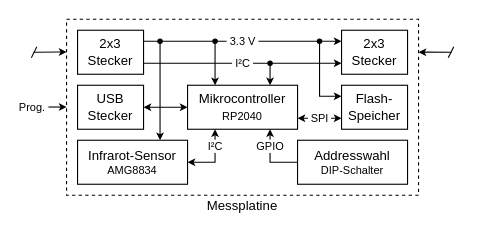
The draw.io diagram page "arch_messplatine" (3 of 3) of doc/img/doc.drawio in tstrahler/pwt-temp, before the edit. Source tidied: cells renumbered, new cells numbered last; positions are measured from the earlier drawing's top-left corner, leaving out a move shared by most shapes. Both pictures are drawn from the tidied source at 110%, with x=0, y=0 at pixel (31, 19).
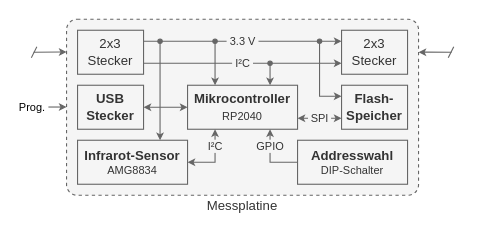
The same diagram, later.

Change to the diagram source:
```diff
@@
-    <mxCell id="2" style="rounded=0;whiteSpace=wrap;html=1;fontColor=#808080;strokeColor=#000000;fillColor=default;dashed=1;" parent="1" vertex="1">
-      <mxGeometry x="32" width="320" height="160" as="geometry" />
-    </mxCell>
+    <mxCell id="26" style="rounded=1;whiteSpace=wrap;html=1;fontFamily=Iosevka;fontColor=#333333;fillColor=#f5f5f5;strokeColor=#666666;dashed=1;arcSize=6;" parent="1" vertex="1">
+      <mxGeometry x="32" width="320" height="160" as="geometry" />
+    </mxCell>
-    <mxCell id="3" value="Messplatine" style="text;html=1;strokeColor=none;fillColor=none;align=center;verticalAlign=middle;whiteSpace=wrap;rounded=0;dashed=1;fontColor=#000000;" parent="1" vertex="1">
+    <mxCell id="3" value="Messplatine" style="text;html=1;strokeColor=none;fillColor=none;align=center;verticalAlign=middle;whiteSpace=wrap;rounded=0;dashed=1;fontColor=#333333;fontFamily=Iosevka;" parent="1" vertex="1">
       <mxGeometry x="152" y="160" width="80" height="20" as="geometry" />
     </mxCell>
-    <mxCell id="4" value="&amp;nbsp;3.3 V&amp;nbsp;" style="edgeStyle=orthogonalEdgeStyle;rounded=0;jettySize=auto;html=1;exitX=1;exitY=0.25;exitDx=0;exitDy=0;entryX=0;entryY=0.25;entryDx=0;entryDy=0;fontSize=10;fontColor=#000000;startArrow=none;startFill=0;endArrow=classic;endFill=1;startSize=4;endSize=4;strokeColor=#000000;" parent="1" edge="1" source="6" target="7">
+    <mxCell id="4" value="&amp;nbsp;3.3 V&amp;nbsp;" style="edgeStyle=orthogonalEdgeStyle;rounded=0;jettySize=auto;html=1;exitX=1;exitY=0.25;exitDx=0;exitDy=0;entryX=0;entryY=0.25;entryDx=0;entryDy=0;fontSize=10;fontColor=#333;startArrow=none;startFill=0;endArrow=classic;endFill=1;startSize=4;endSize=4;strokeColor=#666666;fontFamily=Iosevka;fillColor=#f5f5f5;labelBackgroundColor=#f5f5f5;" parent="1" edge="1" source="6" target="7">
       <mxGeometry relative="1" as="geometry" />
     </mxCell>
-    <mxCell id="5" value="&amp;nbsp;I²C&amp;nbsp;" style="edgeStyle=orthogonalEdgeStyle;rounded=0;jettySize=auto;html=1;exitX=1;exitY=0.75;exitDx=0;exitDy=0;entryX=0;entryY=0.75;entryDx=0;entryDy=0;fontSize=10;fontColor=#000000;startArrow=none;startFill=0;endArrow=classic;endFill=1;startSize=4;endSize=4;strokeColor=#000000;" parent="1" edge="1" source="6" target="7">
+    <mxCell id="5" value="&amp;nbsp;I²C&amp;nbsp;" style="edgeStyle=orthogonalEdgeStyle;rounded=0;jettySize=auto;html=1;exitX=1;exitY=0.75;exitDx=0;exitDy=0;entryX=0;entryY=0.75;entryDx=0;entryDy=0;fontSize=10;fontColor=#333;startArrow=none;startFill=0;endArrow=classic;endFill=1;startSize=4;endSize=4;strokeColor=#666666;fontFamily=Iosevka;fillColor=#f5f5f5;labelBackgroundColor=#f5f5f5;" parent="1" edge="1" source="6" target="7">
       <mxGeometry relative="1" as="geometry" />
     </mxCell>
-    <mxCell id="6" value="2x3&lt;br&gt;Stecker" style="rounded=0;whiteSpace=wrap;html=1;fontColor=#000000;strokeColor=default;fillColor=default;" parent="1" vertex="1">
+    <mxCell id="6" value="2x3&lt;br&gt;Stecker" style="rounded=0;whiteSpace=wrap;html=1;fontColor=#333333;strokeColor=#666666;fillColor=#f5f5f5;fontFamily=Iosevka;" parent="1" vertex="1">
       <mxGeometry x="42" y="10" width="60" height="40" as="geometry" />
     </mxCell>
-    <mxCell id="7" value="2x3&lt;br&gt;Stecker" style="rounded=0;whiteSpace=wrap;html=1;fontColor=#000000;strokeColor=default;fillColor=default;" parent="1" vertex="1">
+    <mxCell id="7" value="2x3&lt;br&gt;Stecker" style="rounded=0;whiteSpace=wrap;html=1;fontColor=#333333;strokeColor=#666666;fillColor=#f5f5f5;fontFamily=Iosevka;" parent="1" vertex="1">
       <mxGeometry x="282" y="10" width="60" height="40" as="geometry" />
     </mxCell>
-    <mxCell id="8" style="edgeStyle=orthogonalEdgeStyle;rounded=0;jettySize=auto;html=1;exitX=0.25;exitY=0;exitDx=0;exitDy=0;fontSize=10;fontColor=#000000;startArrow=classic;startFill=1;endArrow=oval;endFill=1;startSize=4;endSize=4;strokeColor=#000000;" parent="1" edge="1" source="10">
+    <mxCell id="8" style="edgeStyle=orthogonalEdgeStyle;rounded=0;jettySize=auto;html=1;exitX=0.25;exitY=0;exitDx=0;exitDy=0;fontSize=10;fontColor=#000000;startArrow=classic;startFill=1;endArrow=oval;endFill=1;startSize=4;endSize=4;strokeColor=#666666;fontFamily=Iosevka;fillColor=#f5f5f5;" parent="1" edge="1" source="10">
       <mxGeometry relative="1" as="geometry">
         <mxPoint x="167" y="20" as="targetPoint" />
       </mxGeometry>
     </mxCell>
-    <mxCell id="9" style="edgeStyle=orthogonalEdgeStyle;rounded=0;jettySize=auto;html=1;exitX=0.75;exitY=0;exitDx=0;exitDy=0;fontSize=10;fontColor=#000000;startArrow=classic;startFill=1;endArrow=oval;endFill=1;startSize=4;endSize=4;strokeColor=#000000;" parent="1" edge="1" source="10">
+    <mxCell id="9" style="edgeStyle=orthogonalEdgeStyle;rounded=0;jettySize=auto;html=1;exitX=0.75;exitY=0;exitDx=0;exitDy=0;fontSize=10;fontColor=#000000;startArrow=classic;startFill=1;endArrow=oval;endFill=1;startSize=4;endSize=4;strokeColor=#666666;fontFamily=Iosevka;fillColor=#f5f5f5;" parent="1" edge="1" source="10">
       <mxGeometry relative="1" as="geometry">
         <mxPoint x="217" y="40" as="targetPoint" />
       </mxGeometry>
     </mxCell>
-    <mxCell id="10" value="Mikrocontroller&lt;br&gt;&lt;font style=&quot;font-size: 10px&quot;&gt;RP2040&lt;/font&gt;" style="rounded=0;whiteSpace=wrap;html=1;fontColor=#000000;strokeColor=default;fillColor=default;" parent="1" vertex="1">
+    <mxCell id="10" value="&lt;b&gt;Mikrocontroller&lt;/b&gt;&lt;br&gt;&lt;font style=&quot;font-size: 10px&quot;&gt;RP2040&lt;/font&gt;" style="rounded=0;whiteSpace=wrap;html=1;fontColor=#333333;strokeColor=#666666;fillColor=#f5f5f5;fontFamily=Iosevka;" parent="1" vertex="1">
       <mxGeometry x="142" y="60" width="100" height="40" as="geometry" />
     </mxCell>
-    <mxCell id="11" style="edgeStyle=orthogonalEdgeStyle;rounded=0;jettySize=auto;html=1;exitX=0.75;exitY=0;exitDx=0;exitDy=0;fontSize=10;fontColor=#000000;startArrow=classic;startFill=1;endArrow=oval;endFill=1;startSize=4;endSize=4;strokeColor=#000000;" parent="1" edge="1" source="13">
+    <mxCell id="11" style="edgeStyle=orthogonalEdgeStyle;rounded=0;jettySize=auto;html=1;exitX=0.75;exitY=0;exitDx=0;exitDy=0;fontSize=10;fontColor=#000000;startArrow=classic;startFill=1;endArrow=oval;endFill=1;startSize=4;endSize=4;strokeColor=#666666;fontFamily=Iosevka;fillColor=#f5f5f5;" parent="1" edge="1" source="13">
       <mxGeometry relative="1" as="geometry">
         <mxPoint x="117" y="20" as="targetPoint" />
       </mxGeometry>
     </mxCell>
-    <mxCell id="12" value="I²C" style="edgeStyle=orthogonalEdgeStyle;rounded=0;jettySize=auto;html=1;exitX=1;exitY=0.5;exitDx=0;exitDy=0;entryX=0.25;entryY=1;entryDx=0;entryDy=0;fontSize=10;fontColor=#000000;startArrow=classic;startFill=1;endArrow=classic;endFill=1;startSize=4;endSize=4;strokeColor=#000000;" parent="1" edge="1" source="13" target="10">
+    <mxCell id="12" value="I²C" style="edgeStyle=orthogonalEdgeStyle;rounded=0;jettySize=auto;html=1;exitX=1;exitY=0.5;exitDx=0;exitDy=0;entryX=0.25;entryY=1;entryDx=0;entryDy=0;fontSize=10;fontColor=#333;startArrow=classic;startFill=1;endArrow=classic;endFill=1;startSize=4;endSize=4;strokeColor=#666666;fontFamily=Iosevka;fillColor=#f5f5f5;labelBackgroundColor=#f5f5f5;" parent="1" edge="1" source="13" target="10">
       <mxGeometry x="0.45" relative="1" as="geometry" />
     </mxCell>
-    <mxCell id="13" value="&lt;font&gt;&lt;span style=&quot;font-size: 12px&quot;&gt;Infrarot-Sensor&lt;/span&gt;&lt;br&gt;&lt;font style=&quot;font-size: 10px&quot;&gt;AMG8834&lt;/font&gt;&lt;br&gt;&lt;/font&gt;" style="rounded=0;whiteSpace=wrap;html=1;fontSize=10;fontColor=#000000;strokeColor=default;fillColor=default;" parent="1" vertex="1">
+    <mxCell id="13" value="&lt;font&gt;&lt;span style=&quot;font-size: 12px&quot;&gt;&lt;b&gt;Infrarot-Sensor&lt;/b&gt;&lt;/span&gt;&lt;br&gt;&lt;font style=&quot;font-size: 10px&quot;&gt;AMG8834&lt;/font&gt;&lt;br&gt;&lt;/font&gt;" style="rounded=0;whiteSpace=wrap;html=1;fontSize=10;fontColor=#333333;strokeColor=#666666;fillColor=#f5f5f5;fontFamily=Iosevka;" parent="1" vertex="1">
       <mxGeometry x="42" y="110" width="100" height="40" as="geometry" />
     </mxCell>
-    <mxCell id="14" value="GPIO" style="edgeStyle=orthogonalEdgeStyle;rounded=0;jettySize=auto;html=1;exitX=0;exitY=0.5;exitDx=0;exitDy=0;entryX=0.75;entryY=1;entryDx=0;entryDy=0;fontSize=10;fontColor=#000000;startArrow=none;startFill=0;endArrow=classic;endFill=1;startSize=4;endSize=4;strokeColor=#000000;" parent="1" edge="1" source="15" target="10">
+    <mxCell id="14" value="GPIO" style="edgeStyle=orthogonalEdgeStyle;rounded=0;jettySize=auto;html=1;exitX=0;exitY=0.5;exitDx=0;exitDy=0;entryX=0.75;entryY=1;entryDx=0;entryDy=0;fontSize=10;fontColor=#333;startArrow=none;startFill=0;endArrow=classic;endFill=1;startSize=4;endSize=4;strokeColor=#666666;fontFamily=Iosevka;fillColor=#f5f5f5;labelBackgroundColor=#f5f5f5;" parent="1" edge="1" source="15" target="10">
       <mxGeometry x="0.45" relative="1" as="geometry" />
     </mxCell>
-    <mxCell id="15" value="&lt;font&gt;&lt;span style=&quot;font-size: 12px&quot;&gt;Addresswahl&lt;/span&gt;&lt;br&gt;&lt;font style=&quot;font-size: 10px&quot;&gt;DIP-Schalter&lt;/font&gt;&lt;br&gt;&lt;/font&gt;" style="rounded=0;whiteSpace=wrap;html=1;fontSize=10;fontColor=#000000;strokeColor=default;fillColor=default;" parent="1" vertex="1">
+    <mxCell id="15" value="&lt;font&gt;&lt;span style=&quot;font-size: 12px&quot;&gt;&lt;b&gt;Addresswahl&lt;/b&gt;&lt;/span&gt;&lt;br&gt;&lt;font style=&quot;font-size: 10px&quot;&gt;DIP-Schalter&lt;/font&gt;&lt;br&gt;&lt;/font&gt;" style="rounded=0;whiteSpace=wrap;html=1;fontSize=10;fontColor=#333333;strokeColor=#666666;fillColor=#f5f5f5;fontFamily=Iosevka;" parent="1" vertex="1">
       <mxGeometry x="242" y="110" width="100" height="40" as="geometry" />
     </mxCell>
-    <mxCell id="16" style="edgeStyle=orthogonalEdgeStyle;rounded=0;jettySize=auto;html=1;exitX=1;exitY=0.5;exitDx=0;exitDy=0;entryX=0;entryY=0.5;entryDx=0;entryDy=0;fontSize=10;fontColor=#000000;startArrow=classic;startFill=1;endArrow=classic;endFill=1;startSize=4;endSize=4;strokeColor=#000000;" parent="1" edge="1" source="17" target="10">
+    <mxCell id="16" style="edgeStyle=orthogonalEdgeStyle;rounded=0;jettySize=auto;html=1;exitX=1;exitY=0.5;exitDx=0;exitDy=0;entryX=0;entryY=0.5;entryDx=0;entryDy=0;fontSize=10;fontColor=#000000;startArrow=classic;startFill=1;endArrow=classic;endFill=1;startSize=4;endSize=4;strokeColor=#666666;fontFamily=Iosevka;fillColor=#f5f5f5;" parent="1" edge="1" source="17" target="10">
       <mxGeometry relative="1" as="geometry" />
     </mxCell>
-    <mxCell id="17" value="USB Stecker" style="rounded=0;whiteSpace=wrap;html=1;fontColor=#000000;strokeColor=default;fillColor=default;" parent="1" vertex="1">
+    <mxCell id="17" value="&lt;b&gt;USB Stecker&lt;/b&gt;" style="rounded=0;whiteSpace=wrap;html=1;fontColor=#333333;strokeColor=#666666;fillColor=#f5f5f5;fontFamily=Iosevka;" parent="1" vertex="1">
       <mxGeometry x="42" y="60" width="60" height="40" as="geometry" />
     </mxCell>
-    <mxCell id="18" style="edgeStyle=orthogonalEdgeStyle;rounded=0;jettySize=auto;html=1;exitX=0;exitY=0.25;exitDx=0;exitDy=0;fontSize=10;fontColor=#000000;startArrow=classic;startFill=1;endArrow=oval;endFill=1;startSize=4;endSize=4;strokeColor=#000000;" parent="1" edge="1" source="20">
+    <mxCell id="18" style="edgeStyle=orthogonalEdgeStyle;rounded=0;jettySize=auto;html=1;exitX=0;exitY=0.25;exitDx=0;exitDy=0;fontSize=10;fontColor=#000000;startArrow=classic;startFill=1;endArrow=oval;endFill=1;startSize=4;endSize=4;strokeColor=#666666;fontFamily=Iosevka;fillColor=#f5f5f5;" parent="1" edge="1" source="20">
       <mxGeometry relative="1" as="geometry">
         <mxPoint x="262" y="20" as="targetPoint" />
       </mxGeometry>
     </mxCell>
-    <mxCell id="19" value="&amp;nbsp;SPI&amp;nbsp;" style="edgeStyle=orthogonalEdgeStyle;rounded=0;jettySize=auto;html=1;exitX=0;exitY=0.75;exitDx=0;exitDy=0;entryX=1;entryY=0.75;entryDx=0;entryDy=0;fontSize=10;fontColor=#000000;startArrow=classic;startFill=1;endArrow=classic;endFill=1;startSize=4;endSize=4;strokeColor=#000000;" parent="1" edge="1" source="20" target="10">
+    <mxCell id="19" value="&amp;nbsp;SPI&amp;nbsp;" style="edgeStyle=orthogonalEdgeStyle;rounded=0;jettySize=auto;html=1;exitX=0;exitY=0.75;exitDx=0;exitDy=0;entryX=1;entryY=0.75;entryDx=0;entryDy=0;fontSize=10;fontColor=#333;startArrow=classic;startFill=1;endArrow=classic;endFill=1;startSize=4;endSize=4;strokeColor=#666666;fontFamily=Iosevka;fillColor=#f5f5f5;labelBackgroundColor=#f5f5f5;" parent="1" edge="1" source="20" target="10">
       <mxGeometry relative="1" as="geometry" />
     </mxCell>
-    <mxCell id="20" value="Flash-Speicher" style="rounded=0;whiteSpace=wrap;html=1;fontColor=#000000;strokeColor=default;fillColor=default;" parent="1" vertex="1">
+    <mxCell id="20" value="&lt;b&gt;Flash-Speicher&lt;/b&gt;" style="rounded=0;whiteSpace=wrap;html=1;fontColor=#333333;strokeColor=#666666;fillColor=#f5f5f5;fontFamily=Iosevka;" parent="1" vertex="1">
       <mxGeometry x="282" y="60" width="60" height="40" as="geometry" />
     </mxCell>
-    <mxCell id="21" value="Prog.&amp;nbsp;" style="endArrow=classic;startArrow=none;html=1;rounded=0;fontSize=10;fontColor=#000000;startSize=4;endSize=4;strokeColor=#000000;startFill=0;" parent="1" edge="1">
+    <mxCell id="21" value="Prog.&amp;nbsp;" style="endArrow=classic;startArrow=none;html=1;rounded=0;fontSize=10;fontColor=#000000;startSize=4;endSize=4;strokeColor=#666666;startFill=0;fontFamily=Iosevka;fillColor=#f5f5f5;" parent="1" edge="1">
       <mxGeometry x="-1" relative="1" as="geometry">
         <mxPoint x="2" y="79.8" as="sourcePoint" />
         <mxPoint x="32" y="79.8" as="targetPoint" />
       </mxGeometry>
     </mxCell>
-    <mxCell id="22" style="endArrow=classic;startArrow=none;html=1;rounded=0;fontSize=10;fontColor=#000000;startSize=4;endSize=4;strokeColor=#000000;startFill=0;" parent="1" edge="1">
+    <mxCell id="22" style="endArrow=classic;startArrow=none;html=1;rounded=0;fontSize=10;fontColor=#000000;startSize=4;endSize=4;strokeColor=#666666;startFill=0;fontFamily=Iosevka;fillColor=#f5f5f5;" parent="1" edge="1">
       <mxGeometry relative="1" as="geometry">
         <mxPoint x="382" y="30" as="sourcePoint" />
         <mxPoint x="352" y="29.9" as="targetPoint" />
       </mxGeometry>
     </mxCell>
-    <mxCell id="23" style="endArrow=classic;startArrow=none;html=1;rounded=0;fontSize=10;fontColor=#000000;startSize=4;endSize=4;strokeColor=#000000;startFill=0;" parent="1" edge="1">
+    <mxCell id="23" style="endArrow=classic;startArrow=none;html=1;rounded=0;fontSize=10;fontColor=#000000;startSize=4;endSize=4;strokeColor=#666666;startFill=0;fontFamily=Iosevka;fillColor=#f5f5f5;" parent="1" edge="1">
       <mxGeometry relative="1" as="geometry">
         <mxPoint x="2" y="30" as="sourcePoint" />
         <mxPoint x="32" y="29.8" as="targetPoint" />
       </mxGeometry>
     </mxCell>
-    <mxCell id="24" style="endArrow=none;html=1;rounded=0;startSize=4;endSize=4;" parent="1" edge="1">
+    <mxCell id="24" style="endArrow=none;html=1;rounded=0;startSize=4;endSize=4;fontFamily=Iosevka;fillColor=#f5f5f5;strokeColor=#666666;" parent="1" edge="1">
       <mxGeometry relative="1" as="geometry">
         <mxPoint y="35" as="sourcePoint" />
         <mxPoint x="5" y="25" as="targetPoint" />
       </mxGeometry>
     </mxCell>
-    <mxCell id="25" style="endArrow=none;html=1;rounded=0;startSize=4;endSize=4;" parent="1" edge="1">
+    <mxCell id="25" style="endArrow=none;html=1;rounded=0;startSize=4;endSize=4;fontFamily=Iosevka;fillColor=#f5f5f5;strokeColor=#666666;" parent="1" edge="1">
       <mxGeometry relative="1" as="geometry">
         <mxPoint x="379" y="35" as="sourcePoint" />
         <mxPoint x="384" y="25" as="targetPoint" />
       </mxGeometry>
     </mxCell>
```
